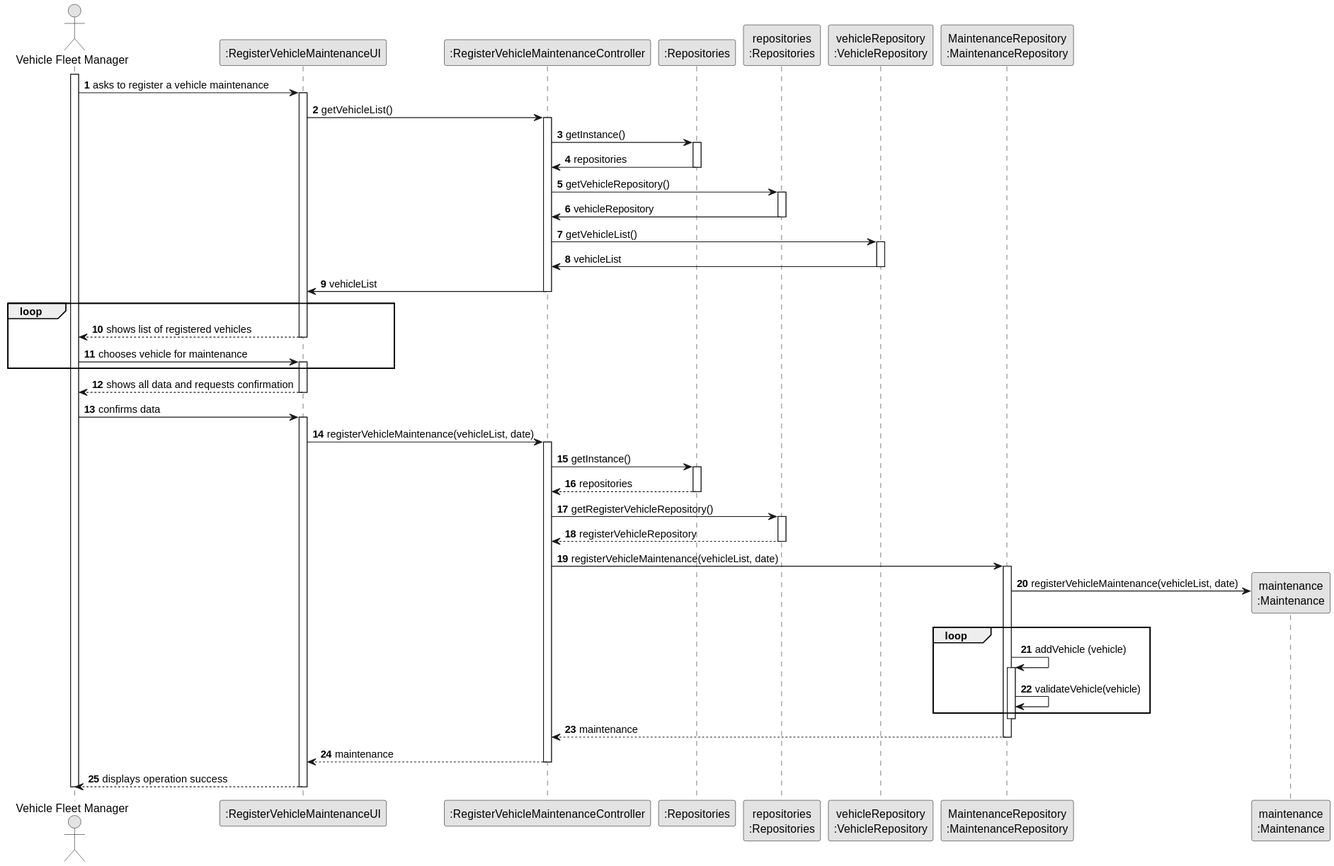
diogoveirospro/lei-24-s2-1dg-g072 keeps this PlantUML diagram as docs/sprintB/us007/03.design/svg/us007-sequence-diagram-full.svg. Above is the earlier version.
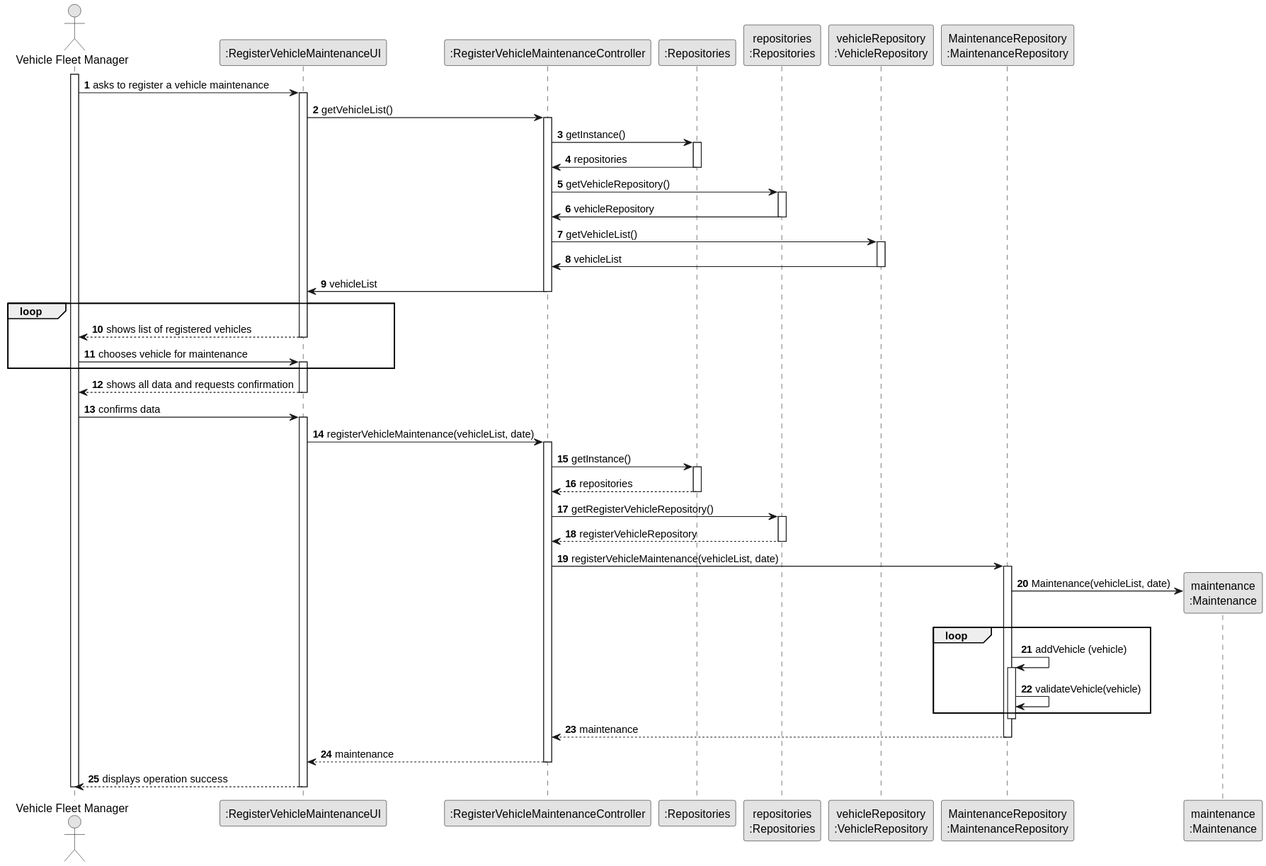
Above is the later version.

Change to the diagram source:
```diff
@@ -72,7 +72,7 @@
                 CTRL -> MREP : registerVehicleMaintenance(vehicleList, date)
                 activate MREP
 
-                MREP -> MAINTENANCE**: registerVehicleMaintenance(vehicleList, date)
+                MREP -> MAINTENANCE**: Maintenance(vehicleList, date)
 
                 loop
                 MREP -> MREP: addVehicle (vehicle)
```
